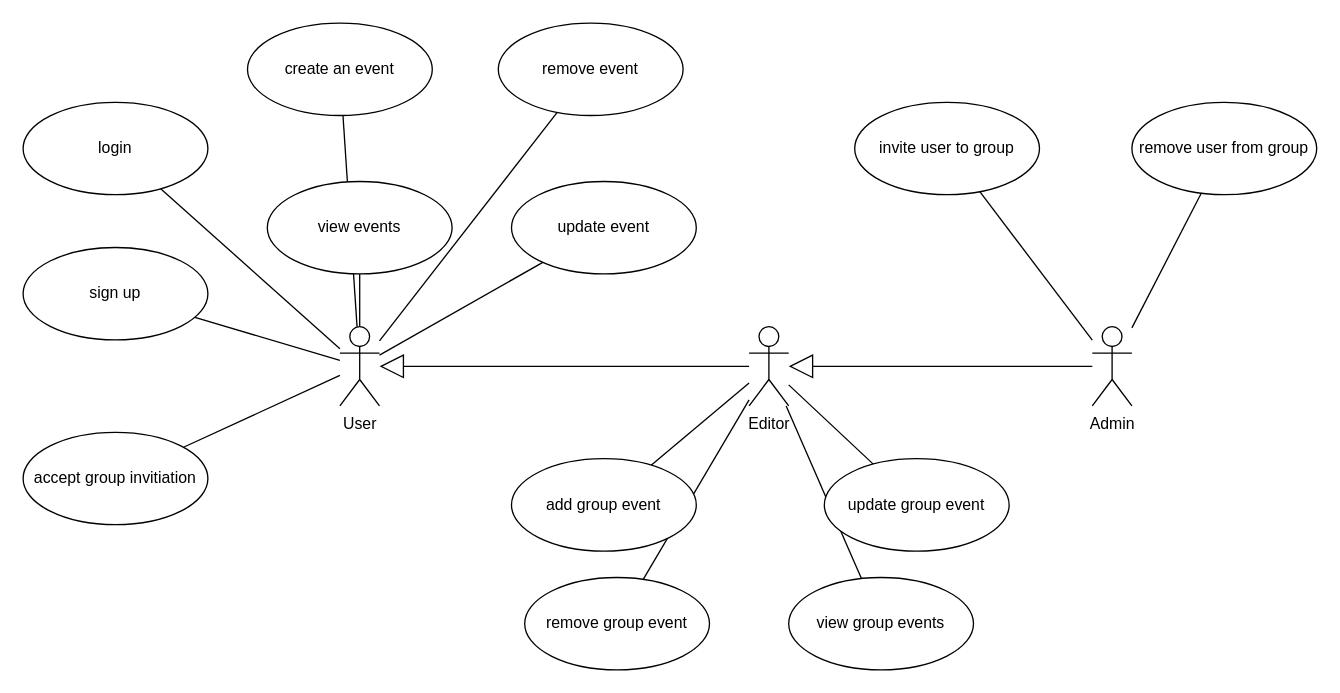
Earlier version of the draw.io diagram page "Use-case" (2 of 3) of docs/users.drawio (jakubjanak2004/calendar). Source tidied: cells renumbered, new cells numbered last; positions are measured from the earlier drawing's top-left corner, leaving out a move shared by most shapes. Both pictures are drawn from the tidied source at 132%, with x=0, y=0 at pixel (22, 22).
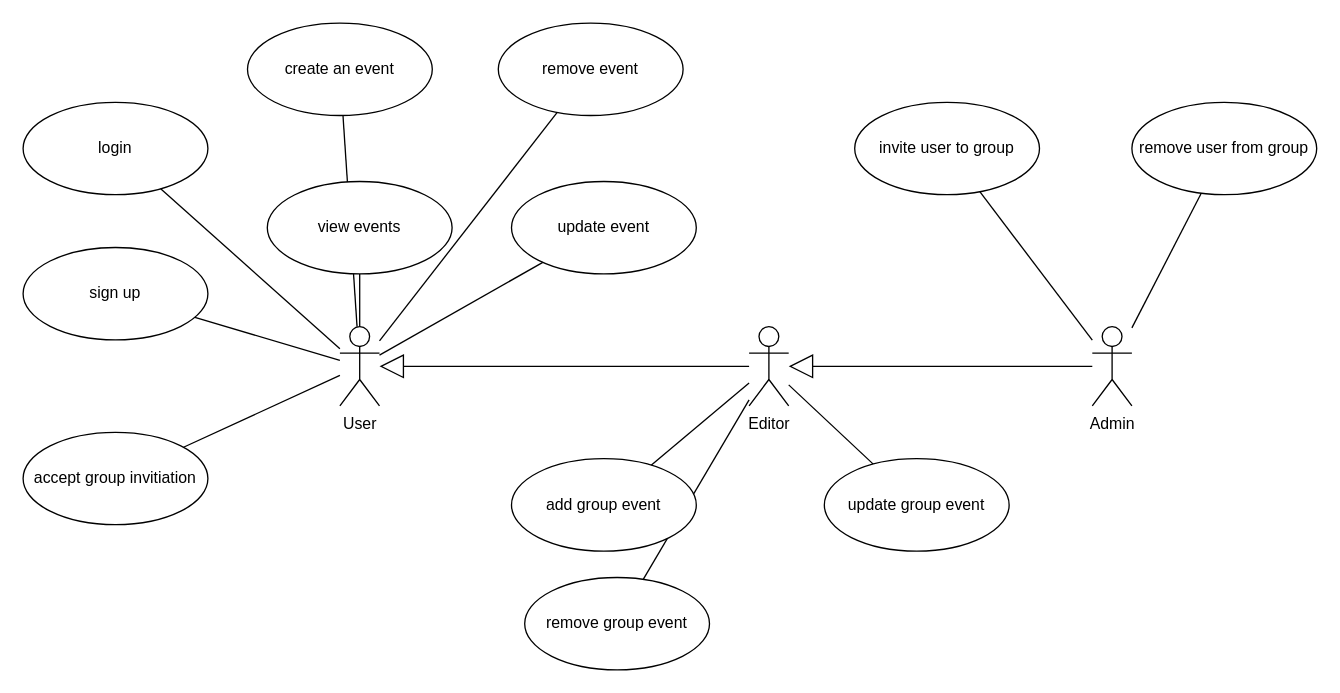
The same page after the edit.

Unchanged cells that the change refers to:
```xml
<mxCell id="4" value="Editor" style="shape=umlActor;verticalLabelPosition=bottom;verticalAlign=top;html=1;outlineConnect=0;" parent="1" vertex="1">
  <mxGeometry x="550" y="230" width="30" height="60" as="geometry" />
</mxCell>
```

The edit, as a diff of the source:
```diff
@@
-    <mxCell id="18" value="view group events" style="ellipse;whiteSpace=wrap;html=1;" parent="1" vertex="1">
-      <mxGeometry x="580" y="420" width="140" height="70" as="geometry" />
-    </mxCell>
-    <mxCell id="19" style="endArrow=none;html=1;rounded=0;" parent="1" edge="1" source="4" target="18">
-      <mxGeometry relative="1" as="geometry" />
-    </mxCell>
```
